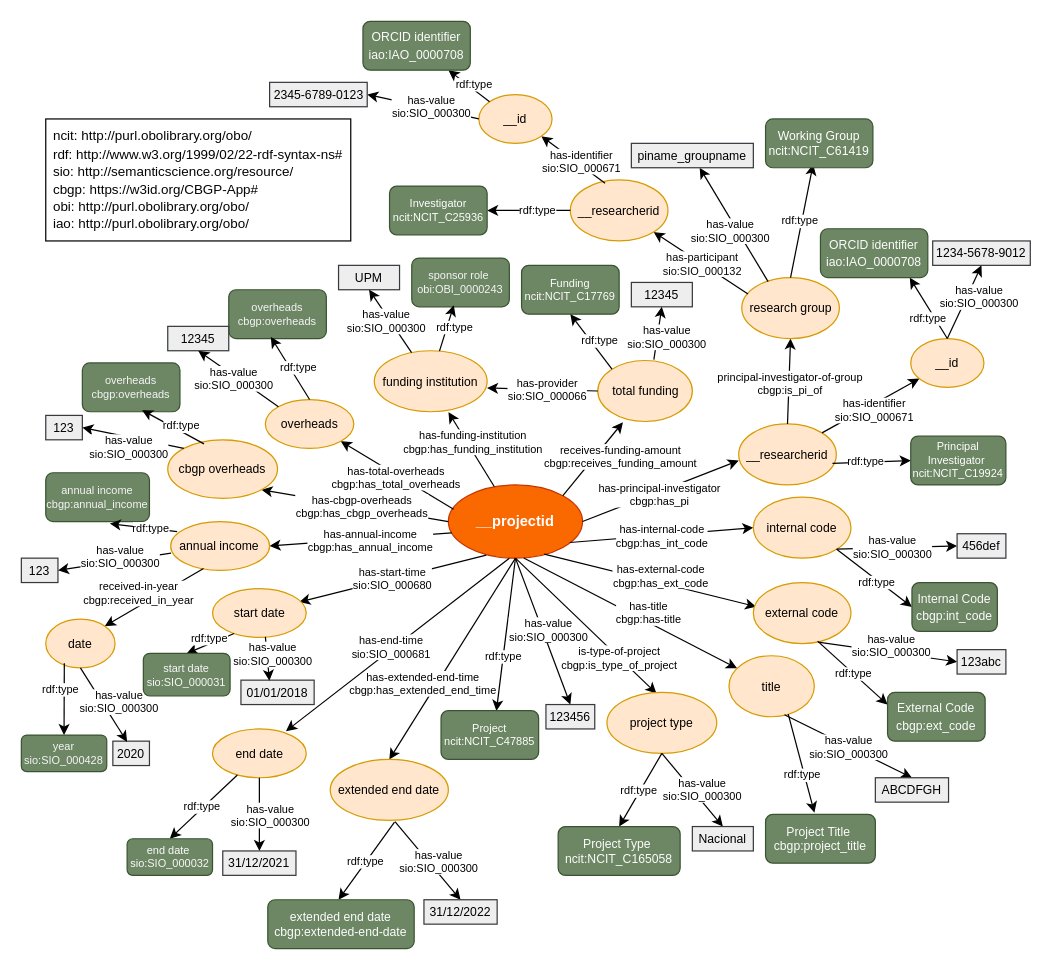
Earlier version of the draw.io diagram SemanticModels/projects-model.drawio (CBGP-UPM-INIA-PUBLIC/CBGP-Databases). Source tidied: cells renumbered, new cells numbered last; positions are measured from the earlier drawing's top-left corner, leaving out a move shared by most shapes. Both pictures are drawn from the tidied source at 122%, with x=0, y=0 at pixel (21, 21).
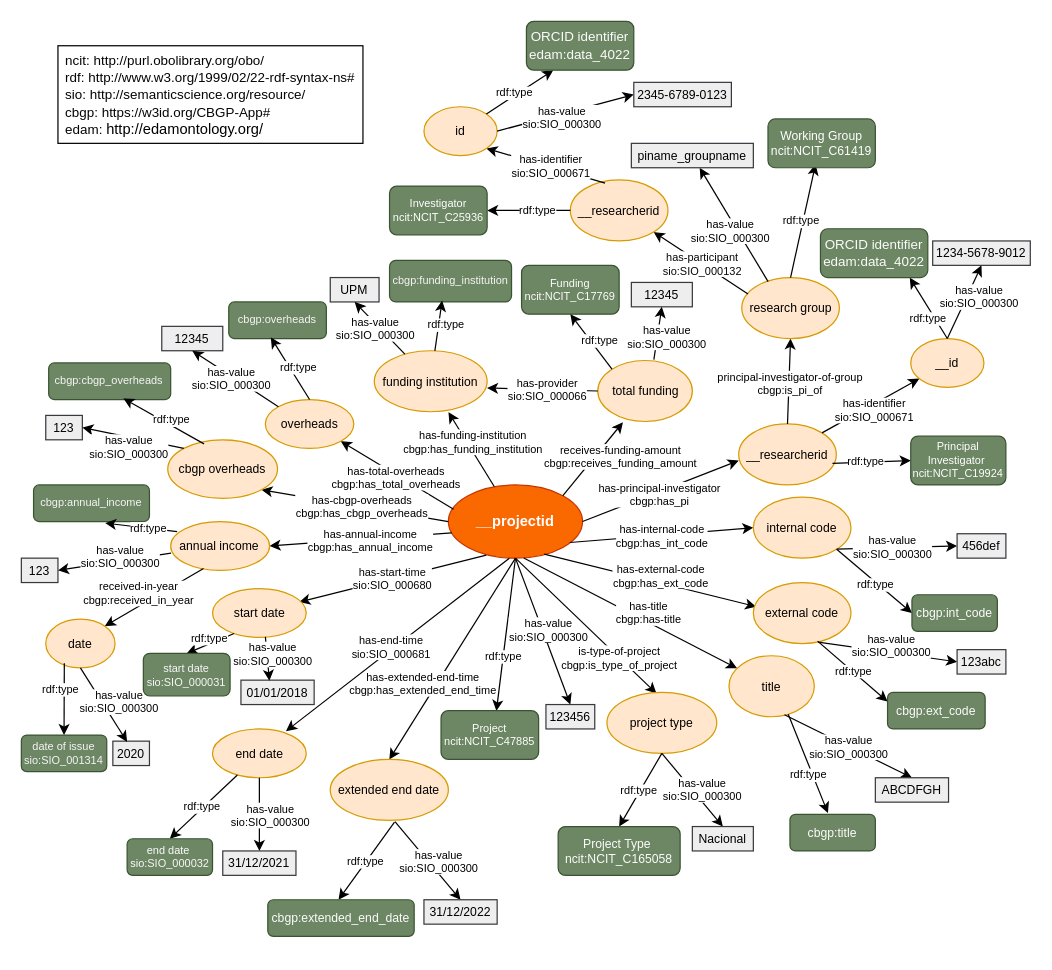
Above is the later version.

Unchanged cells that the change refers to:
```xml
<mxCell id="73" style="endArrow=classic;html=1;rounded=0;entryX=1;entryY=1;entryDx=0;entryDy=0;exitX=0.356;exitY=0.053;exitDx=0;exitDy=0;exitPerimeter=0;" parent="1" edge="1" source="72" target="75">
  <mxGeometry relative="1" as="geometry" />
</mxCell>
```

Change to the diagram source:
```diff
@@
-    <mxCell id="8" value="&lt;div style=&quot;text-align: left;&quot;&gt;&lt;font style=&quot;font-size: 11px; color: light-dark(rgb(5, 5, 5), rgb(237, 237, 237));&quot;&gt;&lt;span style=&quot;background-color: transparent;&quot;&gt;ncit:&amp;nbsp;&lt;/span&gt;&lt;span style=&quot;background-color: transparent; font-family: &amp;quot;IBM Plex Sans&amp;quot;, Helvetica, Arial, sans-serif;&quot;&gt;http://purl.obolibrary.org/obo/&lt;/span&gt;&lt;/font&gt;&lt;/div&gt;&lt;div style=&quot;text-align: left;&quot;&gt;&lt;span style=&quot;font-family: &amp;quot;IBM Plex Sans&amp;quot;, Helvetica, Arial, sans-serif;&quot;&gt;&lt;font style=&quot;font-size: 11px; color: light-dark(rgb(5, 5, 5), rgb(237, 237, 237));&quot;&gt;rdf: http://www.w3.org/1999/02/22-rdf-syntax-ns#&lt;/font&gt;&lt;/span&gt;&lt;/div&gt;&lt;div style=&quot;text-align: left;&quot;&gt;&lt;font style=&quot;font-size: 11px; color: light-dark(rgb(5, 5, 5), rgb(237, 237, 237));&quot;&gt;&lt;span style=&quot;font-family: &amp;quot;IBM Plex Sans&amp;quot;, Helvetica, Arial, sans-serif;&quot;&gt;&lt;font style=&quot;&quot;&gt;sio:&amp;nbsp;&lt;/font&gt;&lt;/span&gt;&lt;span style=&quot;font-family: &amp;quot;IBM Plex Sans&amp;quot;, Helvetica, Arial, sans-serif; background-color: transparent;&quot;&gt;http://semanticscience.org/resource/&lt;/span&gt;&lt;/font&gt;&lt;/div&gt;&lt;div style=&quot;text-align: left;&quot;&gt;&lt;span style=&quot;font-family: &amp;quot;IBM Plex Sans&amp;quot;, Helvetica, Arial, sans-serif;&quot;&gt;&lt;font style=&quot;font-size: 11px; color: light-dark(rgb(5, 5, 5), rgb(237, 237, 237));&quot;&gt;cbgp: https://w3id.org/CBGP-App#&lt;/font&gt;&lt;/span&gt;&lt;/div&gt;&lt;div style=&quot;text-align: left;&quot;&gt;&lt;font style=&quot;font-size: 11px; color: light-dark(rgb(5, 5, 5), rgb(237, 237, 237));&quot;&gt;&lt;span style=&quot;font-family: &amp;quot;IBM Plex Sans&amp;quot;, Helvetica, Arial, sans-serif;&quot;&gt;&lt;font style=&quot;&quot;&gt;obi:&amp;nbsp;&lt;/font&gt;&lt;/span&gt;&lt;span style=&quot;font-family: &amp;quot;IBM Plex Sans&amp;quot;, Helvetica, Arial, sans-serif; background-color: transparent;&quot;&gt;http://purl.obolibrary.org/obo/&lt;/span&gt;&lt;/font&gt;&lt;/div&gt;&lt;div style=&quot;text-align: left;&quot;&gt;&lt;span style=&quot;font-family: &amp;quot;IBM Plex Sans&amp;quot;, Helvetica, Arial, sans-serif; background-color: transparent;&quot;&gt;&lt;font style=&quot;font-size: 11px; color: light-dark(rgb(5, 5, 5), rgb(237, 237, 237));&quot;&gt;iao: http://purl.obolibrary.org/obo/&lt;/font&gt;&lt;/span&gt;&lt;/div&gt;" style="text;html=1;align=center;verticalAlign=middle;whiteSpace=wrap;rounded=0;strokeColor=default;" parent="1" vertex="1">
-      <mxGeometry x="20" y="80" width="250" height="100" as="geometry" />
+    <mxCell id="8" value="&lt;div style=&quot;text-align: left;&quot;&gt;&lt;font style=&quot;font-size: 11px; color: light-dark(rgb(5, 5, 5), rgb(237, 237, 237));&quot;&gt;&lt;span style=&quot;background-color: transparent;&quot;&gt;ncit:&amp;nbsp;&lt;/span&gt;&lt;span style=&quot;background-color: transparent; font-family: &amp;quot;IBM Plex Sans&amp;quot;, Helvetica, Arial, sans-serif;&quot;&gt;http://purl.obolibrary.org/obo/&lt;/span&gt;&lt;/font&gt;&lt;/div&gt;&lt;div style=&quot;text-align: left;&quot;&gt;&lt;span style=&quot;font-family: &amp;quot;IBM Plex Sans&amp;quot;, Helvetica, Arial, sans-serif;&quot;&gt;&lt;font style=&quot;font-size: 11px; color: light-dark(rgb(5, 5, 5), rgb(237, 237, 237));&quot;&gt;rdf: http://www.w3.org/1999/02/22-rdf-syntax-ns#&lt;/font&gt;&lt;/span&gt;&lt;/div&gt;&lt;div style=&quot;text-align: left;&quot;&gt;&lt;font style=&quot;font-size: 11px; color: light-dark(rgb(5, 5, 5), rgb(237, 237, 237));&quot;&gt;&lt;span style=&quot;font-family: &amp;quot;IBM Plex Sans&amp;quot;, Helvetica, Arial, sans-serif;&quot;&gt;&lt;font style=&quot;&quot;&gt;sio:&amp;nbsp;&lt;/font&gt;&lt;/span&gt;&lt;span style=&quot;font-family: &amp;quot;IBM Plex Sans&amp;quot;, Helvetica, Arial, sans-serif; background-color: transparent;&quot;&gt;http://semanticscience.org/resource/&lt;/span&gt;&lt;/font&gt;&lt;/div&gt;&lt;div style=&quot;text-align: left;&quot;&gt;&lt;span style=&quot;font-family: &amp;quot;IBM Plex Sans&amp;quot;, Helvetica, Arial, sans-serif;&quot;&gt;&lt;font style=&quot;font-size: 11px; color: light-dark(rgb(5, 5, 5), rgb(237, 237, 237));&quot;&gt;cbgp: https://w3id.org/CBGP-App#&lt;/font&gt;&lt;/span&gt;&lt;/div&gt;&lt;div style=&quot;text-align: left;&quot;&gt;&lt;span style=&quot;font-family: &amp;quot;IBM Plex Sans&amp;quot;, Helvetica, Arial, sans-serif;&quot;&gt;&lt;font style=&quot;font-size: 11px; color: light-dark(rgb(5, 5, 5), rgb(237, 237, 237));&quot;&gt;edam: &lt;/font&gt;&lt;/span&gt;&lt;span&gt;http://edamontology.org/&lt;/span&gt;&lt;/div&gt;" style="text;html=1;align=center;verticalAlign=middle;whiteSpace=wrap;rounded=0;strokeColor=default;" parent="1" vertex="1">
+      <mxGeometry x="30" y="20" width="250" height="80" as="geometry" />
     </mxCell>
@@
-    <mxCell id="26" value="&lt;span style=&quot;font-size: 10px;&quot;&gt;Project Title&amp;nbsp;&lt;/span&gt;&lt;div style=&quot;font-size: 10px;&quot;&gt;cbgp:project_title&lt;/div&gt;" style="rounded=1;whiteSpace=wrap;html=1;fontSize=11;fillColor=#6d8764;strokeColor=#3A5431;fontColor=light-dark(#fcfcfc, #121212);" parent="1" vertex="1">
-      <mxGeometry x="610" y="650" width="90" height="40" as="geometry" />
+    <mxCell id="26" value="&lt;div style=&quot;font-size: 10px;&quot;&gt;cbgp:title&lt;/div&gt;" style="rounded=1;whiteSpace=wrap;html=1;fontSize=11;fillColor=#6d8764;strokeColor=#3A5431;fontColor=light-dark(#fcfcfc, #121212);" parent="1" vertex="1">
+      <mxGeometry x="630" y="650" width="70" height="30" as="geometry" />
     </mxCell>
@@
-    <mxCell id="35" value="&lt;span style=&quot;font-size: 10px;&quot;&gt;External Code&lt;/span&gt;&lt;div&gt;&lt;span style=&quot;font-size: 10px;&quot;&gt;cbgp:ext_code&lt;/span&gt;&lt;/div&gt;" style="rounded=1;whiteSpace=wrap;html=1;fontSize=11;fillColor=#6d8764;strokeColor=#3A5431;fontColor=light-dark(#fcfcfc, #121212);" parent="1" vertex="1">
-      <mxGeometry x="710" y="550" width="80" height="40" as="geometry" />
+    <mxCell id="35" value="&lt;div&gt;&lt;span style=&quot;font-size: 10px;&quot;&gt;cbgp:ext_code&lt;/span&gt;&lt;/div&gt;" style="rounded=1;whiteSpace=wrap;html=1;fontSize=11;fillColor=#6d8764;strokeColor=#3A5431;fontColor=light-dark(#fcfcfc, #121212);" parent="1" vertex="1">
+      <mxGeometry x="710" y="550" width="80" height="30" as="geometry" />
     </mxCell>
@@
-    <mxCell id="44" value="&lt;span style=&quot;font-size: 10px;&quot;&gt;Internal Code&lt;/span&gt;&lt;div&gt;&lt;span style=&quot;font-size: 10px;&quot;&gt;cbgp:int_code&lt;/span&gt;&lt;/div&gt;" style="rounded=1;whiteSpace=wrap;html=1;fontSize=11;fillColor=#6d8764;strokeColor=#3A5431;fontColor=light-dark(#fcfcfc, #121212);" parent="1" vertex="1">
-      <mxGeometry x="730" y="460" width="70" height="40" as="geometry" />
+    <mxCell id="44" value="&lt;div&gt;&lt;span style=&quot;font-size: 10px;&quot;&gt;cbgp:int_code&lt;/span&gt;&lt;/div&gt;" style="rounded=1;whiteSpace=wrap;html=1;fontSize=11;fillColor=#6d8764;strokeColor=#3A5431;fontColor=light-dark(#fcfcfc, #121212);" parent="1" vertex="1">
+      <mxGeometry x="730" y="470" width="70" height="30" as="geometry" />
     </mxCell>
@@
-    <mxCell id="59" value="&lt;span style=&quot;font-size: 10px;&quot;&gt;ORCID identifier&lt;/span&gt;&lt;div&gt;&lt;span style=&quot;font-size: 10px;&quot;&gt;iao:IAO_0000708&lt;/span&gt;&lt;/div&gt;" style="rounded=1;whiteSpace=wrap;html=1;fontSize=11;fillColor=#6d8764;strokeColor=#3A5431;fontColor=light-dark(#fcfcfc, #121212);" parent="1" vertex="1">
+    <mxCell id="59" value="ORCID identifier&lt;div&gt;edam:data_4022&lt;/div&gt;" style="rounded=1;whiteSpace=wrap;html=1;fontSize=11;fillColor=#6d8764;strokeColor=#3A5431;fontColor=light-dark(#fcfcfc, #121212);" parent="1" vertex="1">
       <mxGeometry x="655" y="170" width="88" height="40" as="geometry" />
     </mxCell>
@@
     <mxCell id="66" value="&lt;span&gt;Working Group&lt;/span&gt;&lt;div&gt;&lt;span&gt;ncit:&lt;/span&gt;&lt;span style=&quot;font-family: &amp;quot;IBM Plex Sans&amp;quot;, Helvetica, Arial, sans-serif; text-align: start; background-color: transparent;&quot;&gt;NCIT_C61419&lt;/span&gt;&lt;/div&gt;" style="rounded=1;whiteSpace=wrap;html=1;fontSize=10;fillColor=#6d8764;strokeColor=#3A5431;fontColor=light-dark(#ffffff, #121212);" parent="1" vertex="1">
-      <mxGeometry x="610" y="80" width="88" height="40" as="geometry" />
+      <mxGeometry x="612" y="80" width="88" height="40" as="geometry" />
     </mxCell>
@@
     <mxCell id="74" value="has-identifier&lt;div&gt;sio:SIO_000671&lt;/div&gt;" style="edgeLabel;html=1;align=center;verticalAlign=middle;fontSize=9;" parent="73" vertex="1">
       <mxGeometry relative="1" as="geometry">
-        <mxPoint x="6" y="1" as="offset" />
+        <mxPoint x="4" as="offset" />
       </mxGeometry>
     </mxCell>
-    <mxCell id="75" value="__id" style="ellipse;whiteSpace=wrap;html=1;fillColor=#ffe6cc;strokeColor=#d79b00;fontSize=10;fontColor=#000000;" parent="1" vertex="1">
-      <mxGeometry x="375" y="60" width="60" height="40" as="geometry" />
+    <mxCell id="75" value="id" style="ellipse;whiteSpace=wrap;html=1;fillColor=#ffe6cc;strokeColor=#d79b00;fontSize=10;fontColor=#000000;" parent="1" vertex="1">
+      <mxGeometry x="330" y="70" width="60" height="40" as="geometry" />
     </mxCell>
-    <mxCell id="76" style="endArrow=classic;html=1;rounded=0;exitX=0;exitY=0;exitDx=0;exitDy=0;" parent="1" edge="1" source="75" target="78">
+    <mxCell id="76" style="endArrow=classic;html=1;rounded=0;exitX=1;exitY=0;exitDx=0;exitDy=0;entryX=0.25;entryY=1;entryDx=0;entryDy=0;" parent="1" edge="1" source="75" target="78">
       <mxGeometry relative="1" as="geometry" />
     </mxCell>
     <mxCell id="77" value="rdf:type" style="edgeLabel;html=1;align=center;verticalAlign=middle;fontSize=9;" parent="76" vertex="1">
       <mxGeometry relative="1" as="geometry">
-        <mxPoint x="3" y="-2" as="offset" />
+        <mxPoint x="-5" y="1" as="offset" />
       </mxGeometry>
     </mxCell>
-    <mxCell id="78" value="&lt;span style=&quot;font-size: 10px;&quot;&gt;ORCID identifier&lt;/span&gt;&lt;div&gt;&lt;span style=&quot;font-size: 10px;&quot;&gt;iao:IAO_0000708&lt;/span&gt;&lt;/div&gt;" style="rounded=1;whiteSpace=wrap;html=1;fontSize=11;fillColor=#6d8764;strokeColor=#3A5431;fontColor=light-dark(#fcfcfc, #121212);" parent="1" vertex="1">
-      <mxGeometry x="280" width="88" height="40" as="geometry" />
+    <mxCell id="78" value="ORCID identifier&lt;div&gt;edam:data_4022&lt;/div&gt;" style="rounded=1;whiteSpace=wrap;html=1;fontSize=11;fillColor=#6d8764;strokeColor=#3A5431;fontColor=light-dark(#fcfcfc, #121212);" parent="1" vertex="1">
+      <mxGeometry x="414" width="88" height="40" as="geometry" />
     </mxCell>
-    <mxCell id="79" style="endArrow=classic;html=1;rounded=0;entryX=1;entryY=0.5;entryDx=0;entryDy=0;exitX=0;exitY=0.5;exitDx=0;exitDy=0;" parent="1" edge="1" source="75" target="81">
+    <mxCell id="79" style="endArrow=classic;html=1;rounded=0;entryX=0;entryY=0.5;entryDx=0;entryDy=0;exitX=1;exitY=0.5;exitDx=0;exitDy=0;" parent="1" edge="1" source="75" target="81">
       <mxGeometry relative="1" as="geometry" />
     </mxCell>
     <mxCell id="80" value="has-value&lt;div&gt;sio:SIO_000300&lt;/div&gt;" style="edgeLabel;html=1;align=center;verticalAlign=middle;fontSize=9;" parent="79" vertex="1">
       <mxGeometry relative="1" as="geometry">
-        <mxPoint x="6" as="offset" />
+        <mxPoint x="-4" y="4" as="offset" />
       </mxGeometry>
     </mxCell>
     <mxCell id="81" value="2345-6789-0123" style="rounded=0;whiteSpace=wrap;html=1;fontSize=10;fillColor=#eeeeee;strokeColor=#36393d;" parent="1" vertex="1">
-      <mxGeometry x="203.5" y="50" width="80" height="20" as="geometry" />
+      <mxGeometry x="502" y="50" width="80" height="20" as="geometry" />
     </mxCell>
@@
-    <mxCell id="88" value="sponsor role&amp;nbsp;&lt;div&gt;obi:&lt;span style=&quot;font-family: &amp;quot;IBM Plex Sans&amp;quot;, Helvetica, Arial, sans-serif; text-align: start; background-color: transparent;&quot;&gt;OBI_0000243&lt;/span&gt;&lt;/div&gt;" style="rounded=1;whiteSpace=wrap;html=1;fontSize=9;fillColor=#6d8764;strokeColor=#3A5431;fontColor=light-dark(#f5f5f5, #121212);" parent="1" vertex="1">
-      <mxGeometry x="320" y="194" width="80" height="40" as="geometry" />
+    <mxCell id="88" value="cbgp:funding_institution" style="rounded=1;whiteSpace=wrap;html=1;fontSize=9;fillColor=#6d8764;strokeColor=#3A5431;fontColor=light-dark(#f5f5f5, #121212);" parent="1" vertex="1">
+      <mxGeometry x="301.8" y="196" width="100" height="34" as="geometry" />
     </mxCell>
@@
     <mxCell id="91" value="UPM" style="rounded=0;whiteSpace=wrap;html=1;fontSize=10;fillColor=#eeeeee;strokeColor=#36393d;" parent="1" vertex="1">
-      <mxGeometry x="260" y="200" width="50" height="20" as="geometry" />
+      <mxGeometry x="253.2" y="210" width="40" height="20" as="geometry" />
     </mxCell>
@@
-    <mxCell id="108" value="overheads&lt;div&gt;cbgp:overheads&lt;/div&gt;" style="rounded=1;whiteSpace=wrap;html=1;fontSize=9;fillColor=#6d8764;strokeColor=#3A5431;fontColor=light-dark(#f5f5f5, #121212);" parent="1" vertex="1">
-      <mxGeometry x="170" y="220" width="80" height="40" as="geometry" />
+    <mxCell id="108" value="&lt;div&gt;cbgp:overheads&lt;/div&gt;" style="rounded=1;whiteSpace=wrap;html=1;fontSize=9;fillColor=#6d8764;strokeColor=#3A5431;fontColor=light-dark(#f5f5f5, #121212);" parent="1" vertex="1">
+      <mxGeometry x="170" y="230" width="80" height="30" as="geometry" />
     </mxCell>
@@
     <mxCell id="111" value="12345" style="rounded=0;whiteSpace=wrap;html=1;fontSize=10;fillColor=#eeeeee;strokeColor=#36393d;" parent="1" vertex="1">
-      <mxGeometry x="120" y="250" width="50" height="20" as="geometry" />
+      <mxGeometry x="115.1" y="250" width="50" height="20" as="geometry" />
     </mxCell>
@@
-    <mxCell id="117" value="overheads&lt;div&gt;cbgp:overheads&lt;/div&gt;" style="rounded=1;whiteSpace=wrap;html=1;fontSize=9;fillColor=#6d8764;strokeColor=#3A5431;fontColor=light-dark(#f5f5f5, #121212);" parent="1" vertex="1">
-      <mxGeometry x="50" y="280" width="80" height="40" as="geometry" />
+    <mxCell id="117" value="&lt;div&gt;cbgp:cbgp_overheads&lt;/div&gt;" style="rounded=1;whiteSpace=wrap;html=1;fontSize=9;fillColor=#6d8764;strokeColor=#3A5431;fontColor=light-dark(#f5f5f5, #121212);" parent="1" vertex="1">
+      <mxGeometry x="22.4" y="280" width="100" height="30" as="geometry" />
     </mxCell>
@@
-    <mxCell id="126" value="annual income&lt;div&gt;cbgp:annual_income&lt;/div&gt;" style="rounded=1;whiteSpace=wrap;html=1;fontSize=9;fillColor=#6d8764;strokeColor=#3A5431;fontColor=light-dark(#f5f5f5, #121212);" parent="1" vertex="1">
-      <mxGeometry x="20" y="370" width="85" height="40" as="geometry" />
+    <mxCell id="126" value="&lt;div&gt;cbgp:annual_income&lt;/div&gt;" style="rounded=1;whiteSpace=wrap;html=1;fontSize=9;fillColor=#6d8764;strokeColor=#3A5431;fontColor=light-dark(#f5f5f5, #121212);" parent="1" vertex="1">
+      <mxGeometry x="10" y="380" width="95" height="30" as="geometry" />
     </mxCell>
@@
-    <mxCell id="144" value="year&lt;div&gt;sio:SIO_000428&lt;/div&gt;" style="rounded=1;whiteSpace=wrap;html=1;fontSize=9;fillColor=#6d8764;strokeColor=#3A5431;fontColor=light-dark(#f5f5f5, #121212);" parent="1" vertex="1">
+    <mxCell id="144" value="date of issue&lt;div&gt;sio:SIO_001314&lt;/div&gt;" style="rounded=1;whiteSpace=wrap;html=1;fontSize=9;fillColor=#6d8764;strokeColor=#3A5431;fontColor=light-dark(#f5f5f5, #121212);" parent="1" vertex="1">
       <mxGeometry y="585" width="70" height="30" as="geometry" />
     </mxCell>
@@
-    <mxCell id="154" value="&lt;span style=&quot;font-size: 10px;&quot;&gt;extended end date&lt;/span&gt;&lt;br&gt;&lt;div style=&quot;font-size: 10px;&quot;&gt;cbgp:extended-end-date&lt;/div&gt;" style="rounded=1;whiteSpace=wrap;html=1;fontSize=11;fillColor=#6d8764;strokeColor=#3A5431;fontColor=light-dark(#fcfcfc, #121212);" parent="1" vertex="1">
-      <mxGeometry x="202" y="720" width="120" height="40" as="geometry" />
+    <mxCell id="154" value="&lt;div style=&quot;font-size: 10px;&quot;&gt;cbgp:extended_end_date&lt;/div&gt;" style="rounded=1;whiteSpace=wrap;html=1;fontSize=11;fillColor=#6d8764;strokeColor=#3A5431;fontColor=light-dark(#fcfcfc, #121212);" parent="1" vertex="1">
+      <mxGeometry x="202" y="720" width="120" height="30" as="geometry" />
     </mxCell>
```
